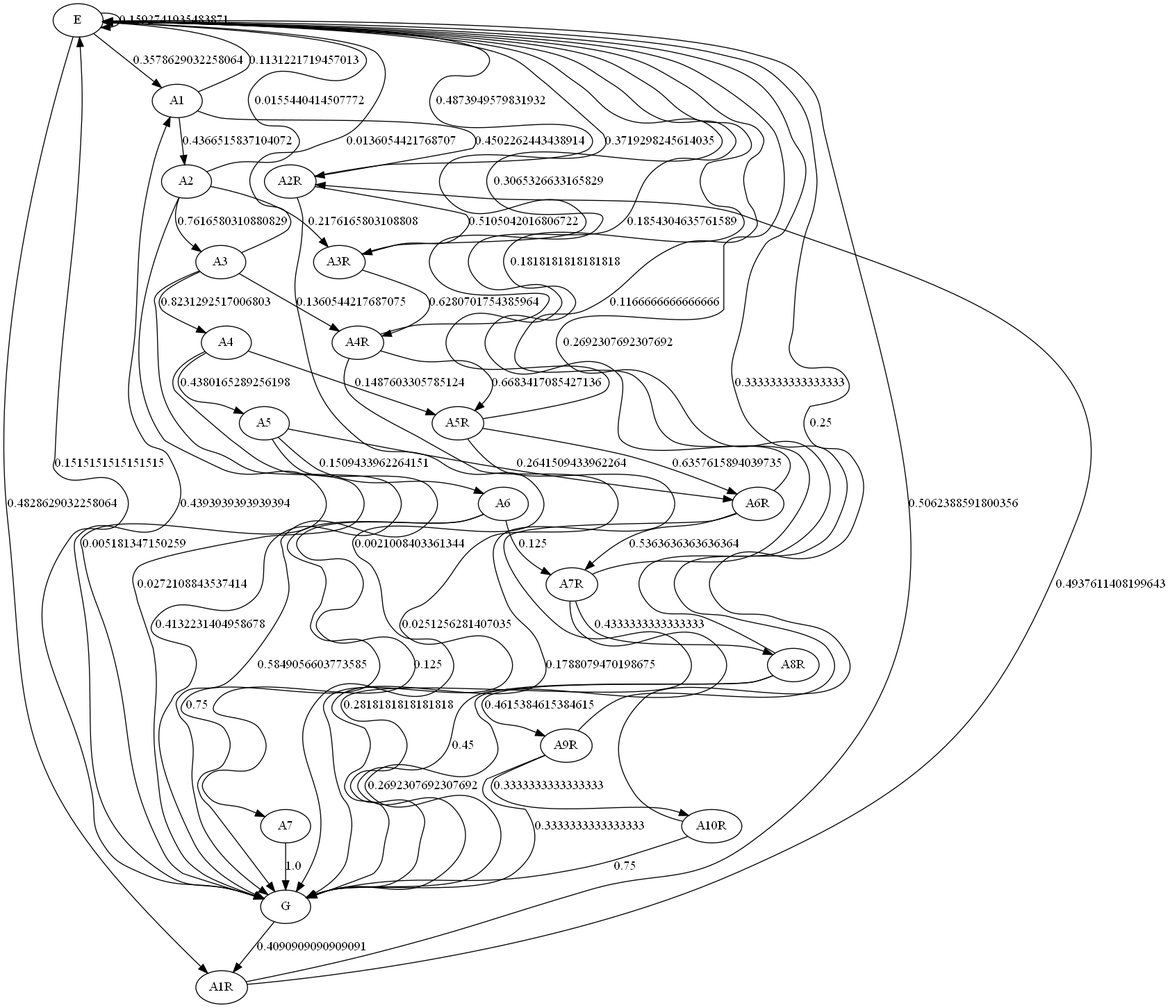
Above: graph/markov.png in JulianaFerreira/educacao (Graphviz), before the change. Its source is kept beside it as graph/markov.dot.
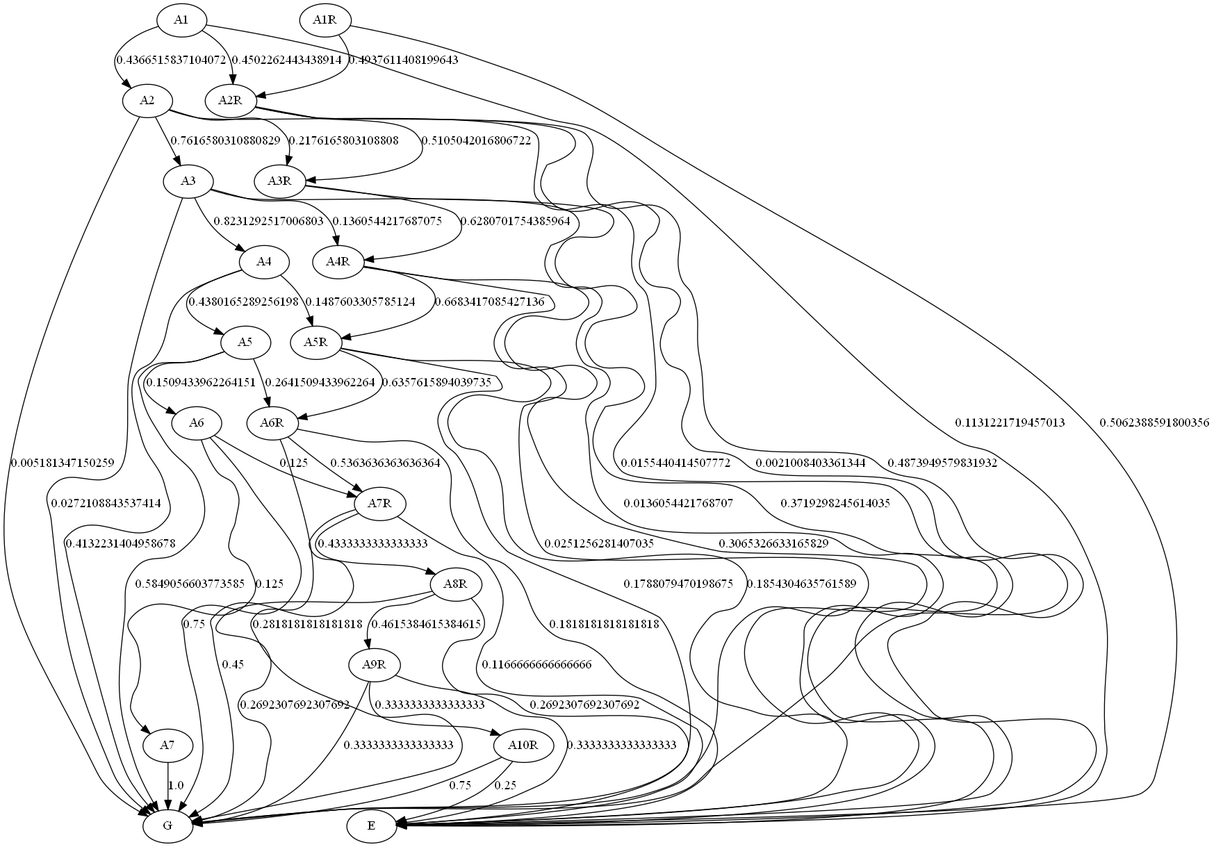
Above is the later version.

The edit, as a diff of the source:
```diff
@@ -1,15 +1,13 @@
 digraph  {
-E;
 A1;
-G;
 A2;
 A3;
 A4;
 A5;
 A6;
 A7;
+A2R;
 A1R;
-A2R;
 A3R;
 A4R;
 A5R;
@@ -18,15 +16,11 @@
 A8R;
 A9R;
 A10R;
-E -> A1  [key=0, label="0.3578629032258064", weight="0.3578629032258064"];
-E -> A1R  [key=0, label="0.4828629032258064", weight="0.4828629032258064"];
-E -> E  [key=0, label="0.1592741935483871", weight="0.1592741935483871"];
+E;
+G;
 A1 -> A2  [key=0, label="0.4366515837104072", weight="0.4366515837104072"];
 A1 -> A2R  [key=0, label="0.4502262443438914", weight="0.4502262443438914"];
 A1 -> E  [key=0, label="0.1131221719457013", weight="0.1131221719457013"];
-G -> A1  [key=0, label="0.4393939393939394", weight="0.4393939393939394"];
-G -> A1R  [key=0, label="0.4090909090909091", weight="0.4090909090909091"];
-G -> E  [key=0, label="0.1515151515151515", weight="0.1515151515151515"];
 A2 -> A3  [key=0, label="0.7616580310880829", weight="0.7616580310880829"];
 A2 -> A3R  [key=0, label="0.2176165803108808", weight="0.2176165803108808"];
 A2 -> E  [key=0, label="0.0155440414507772", weight="0.0155440414507772"];
@@ -45,11 +39,11 @@
 A6 -> A7R  [key=0, label="0.125", weight="0.125"];
 A6 -> G  [key=0, label="0.75", weight="0.75"];
 A7 -> G  [key=0, label="1.0", weight="1.0"];
-A1R -> A2R  [key=0, label="0.4937611408199643", weight="0.4937611408199643"];
-A1R -> E  [key=0, label="0.5062388591800356", weight="0.5062388591800356"];
 A2R -> A3R  [key=0, label="0.5105042016806722", weight="0.5105042016806722"];
 A2R -> E  [key=0, label="0.4873949579831932", weight="0.4873949579831932"];
 A2R -> G  [key=0, label="0.0021008403361344", weight="0.0021008403361344"];
+A1R -> A2R  [key=0, label="0.4937611408199643", weight="0.4937611408199643"];
+A1R -> E  [key=0, label="0.5062388591800356", weight="0.5062388591800356"];
 A3R -> A4R  [key=0, label="0.6280701754385964", weight="0.6280701754385964"];
 A3R -> E  [key=0, label="0.3719298245614035", weight="0.3719298245614035"];
 A4R -> A5R  [key=0, label="0.6683417085427136", weight="0.6683417085427136"];
```
